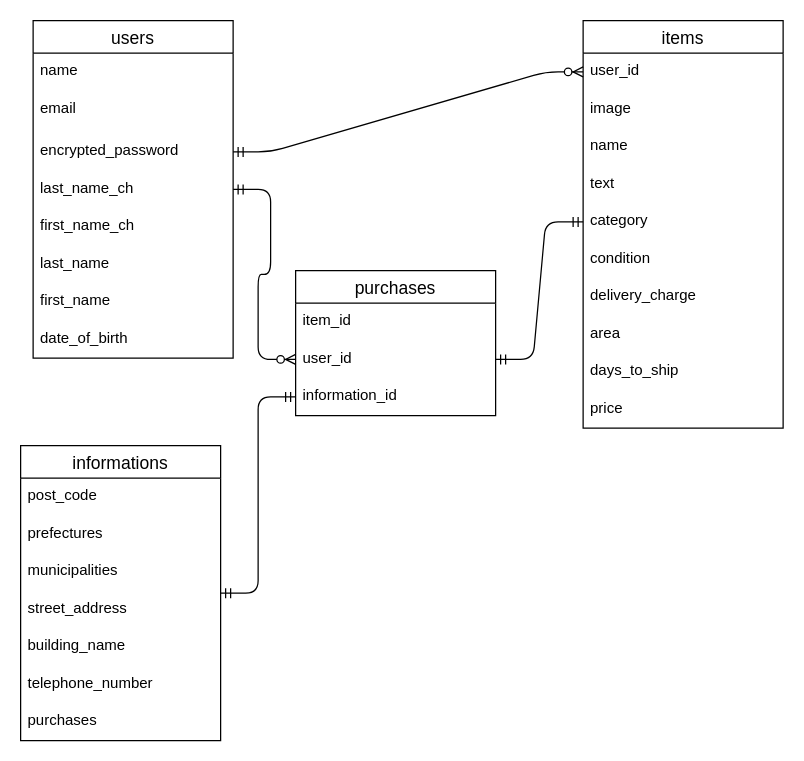
This is furima.dio from ohkuma90/furima-39777, a draw.io file, before an edit. Source tidied: cells renumbered, new cells numbered last; positions are measured from the earlier drawing's top-left corner, leaving out a move shared by most shapes. Both pictures are drawn from the tidied source at 125%, with x=0, y=0 at pixel (20, 20).
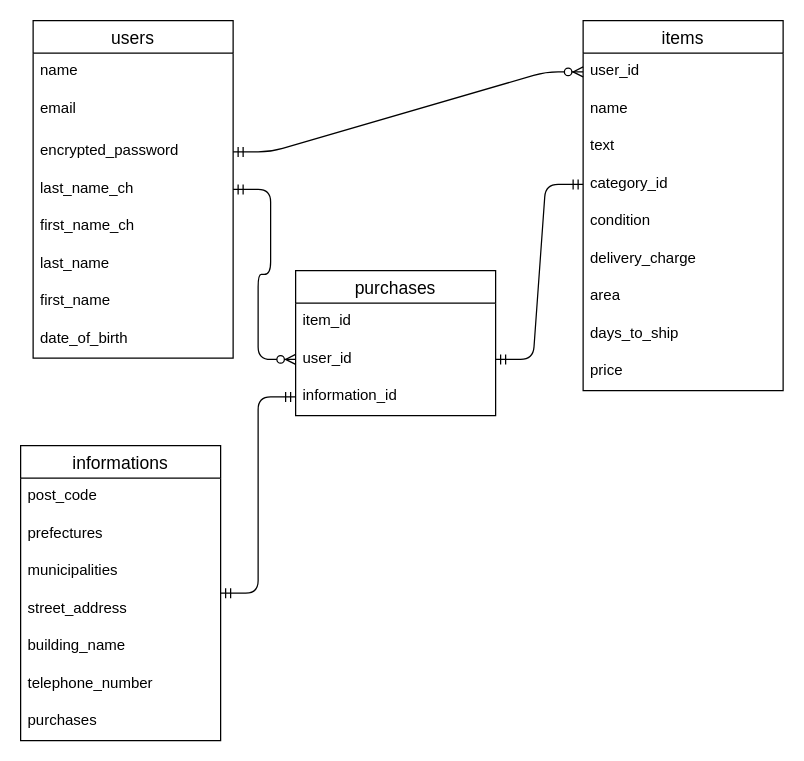
The same page after the edit.

Change to the diagram source:
```diff
@@
     <mxCell id="11" value="items" style="swimlane;fontStyle=0;horizontal=1;startSize=26;align=center;fontSize=14;" parent="1" vertex="1">
-      <mxGeometry x="450" width="160" height="326" as="geometry" />
+      <mxGeometry x="450" width="160" height="296" as="geometry" />
     </mxCell>
@@
-    <mxCell id="13" value="image" style="text;strokeColor=none;fillColor=none;spacingLeft=4;spacingRight=4;overflow=hidden;fontSize=12;" parent="11" vertex="1">
-      <mxGeometry y="56" width="160" height="30" as="geometry" />
-    </mxCell>
     <mxCell id="14" value="name" style="text;strokeColor=none;fillColor=none;spacingLeft=4;spacingRight=4;overflow=hidden;fontSize=12;" parent="11" vertex="1">
-      <mxGeometry y="86" width="160" height="30" as="geometry" />
+      <mxGeometry y="56" width="160" height="30" as="geometry" />
     </mxCell>
     <mxCell id="15" value="text" style="text;strokeColor=none;fillColor=none;spacingLeft=4;spacingRight=4;overflow=hidden;fontSize=12;" parent="11" vertex="1">
-      <mxGeometry y="116" width="160" height="30" as="geometry" />
+      <mxGeometry y="86" width="160" height="30" as="geometry" />
     </mxCell>
-    <mxCell id="16" value="category" style="text;strokeColor=none;fillColor=none;spacingLeft=4;spacingRight=4;overflow=hidden;points=[[0,0.5],[1,0.5]];portConstraint=eastwest;fontSize=12;" parent="11" vertex="1">
-      <mxGeometry y="146" width="160" height="30" as="geometry" />
+    <mxCell id="16" value="category_id" style="text;strokeColor=none;fillColor=none;spacingLeft=4;spacingRight=4;overflow=hidden;points=[[0,0.5],[1,0.5]];portConstraint=eastwest;fontSize=12;" parent="11" vertex="1">
+      <mxGeometry y="116" width="160" height="30" as="geometry" />
     </mxCell>
     <mxCell id="17" value="condition" style="text;strokeColor=none;fillColor=none;spacingLeft=4;spacingRight=4;overflow=hidden;fontSize=12;" parent="11" vertex="1">
-      <mxGeometry y="176" width="160" height="30" as="geometry" />
+      <mxGeometry y="146" width="160" height="30" as="geometry" />
     </mxCell>
     <mxCell id="18" value="delivery_charge" style="text;strokeColor=none;fillColor=none;spacingLeft=4;spacingRight=4;overflow=hidden;fontSize=12;" parent="11" vertex="1">
-      <mxGeometry y="206" width="160" height="30" as="geometry" />
+      <mxGeometry y="176" width="160" height="30" as="geometry" />
     </mxCell>
     <mxCell id="19" value="area" style="text;strokeColor=none;fillColor=none;spacingLeft=4;spacingRight=4;overflow=hidden;fontSize=12;" parent="11" vertex="1">
-      <mxGeometry y="236" width="160" height="30" as="geometry" />
+      <mxGeometry y="206" width="160" height="30" as="geometry" />
     </mxCell>
     <mxCell id="20" value="days_to_ship" style="text;strokeColor=none;fillColor=none;spacingLeft=4;spacingRight=4;overflow=hidden;fontSize=12;" parent="11" vertex="1">
-      <mxGeometry y="266" width="160" height="30" as="geometry" />
+      <mxGeometry y="236" width="160" height="30" as="geometry" />
     </mxCell>
     <mxCell id="21" value="price" style="text;strokeColor=none;fillColor=none;spacingLeft=4;spacingRight=4;overflow=hidden;fontSize=12;" parent="11" vertex="1">
-      <mxGeometry y="296" width="160" height="30" as="geometry" />
+      <mxGeometry y="266" width="160" height="30" as="geometry" />
     </mxCell>
```
